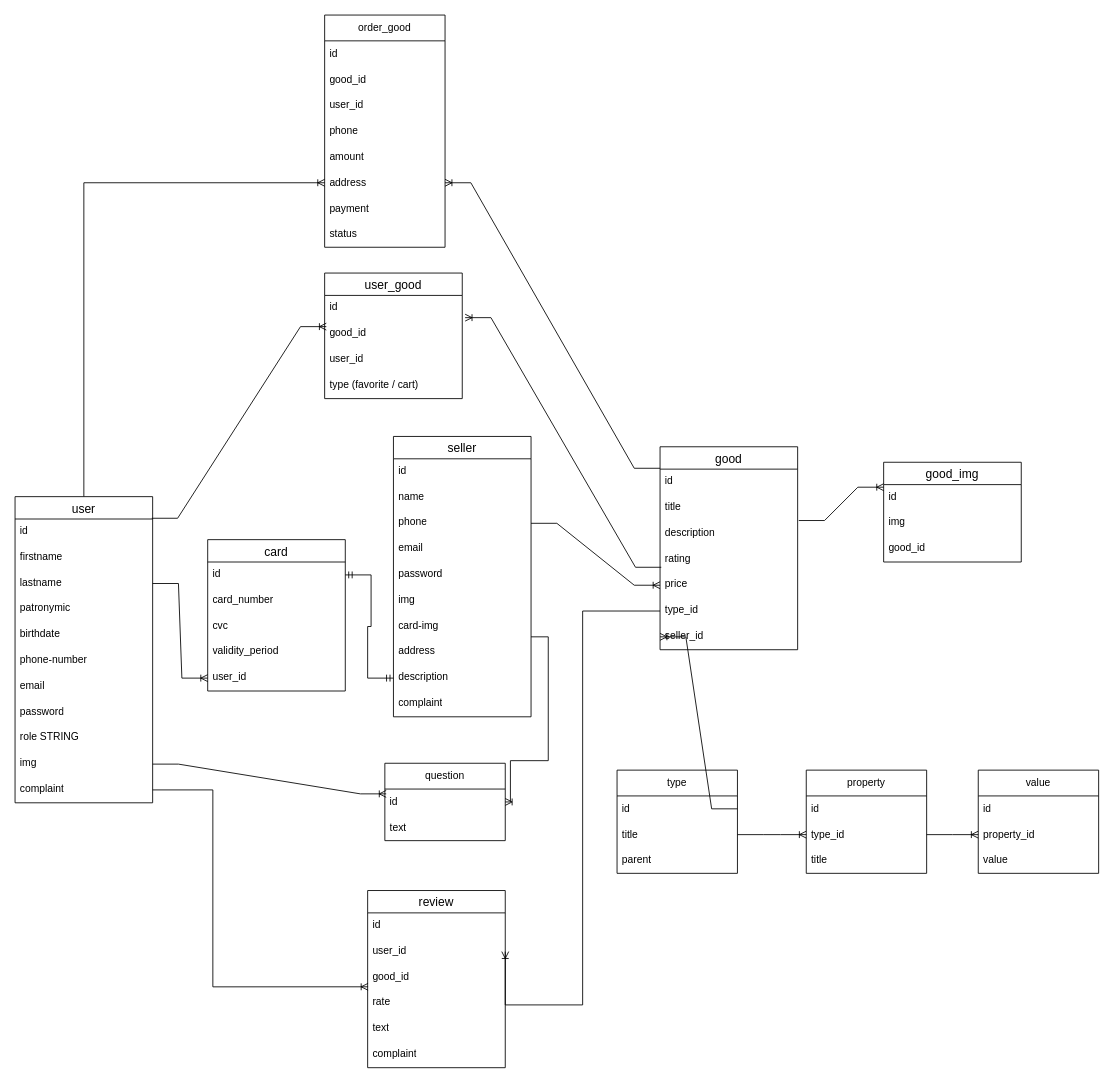
The draw.io diagram database-diagram.drawio in vese1chak/meggaprice-server, before the edit. Source tidied: cells renumbered, new cells numbered last; positions are measured from the earlier drawing's top-left corner, leaving out a move shared by most shapes. Both pictures are drawn from the tidied source at 86%, with x=0, y=0 at pixel (15, 15).
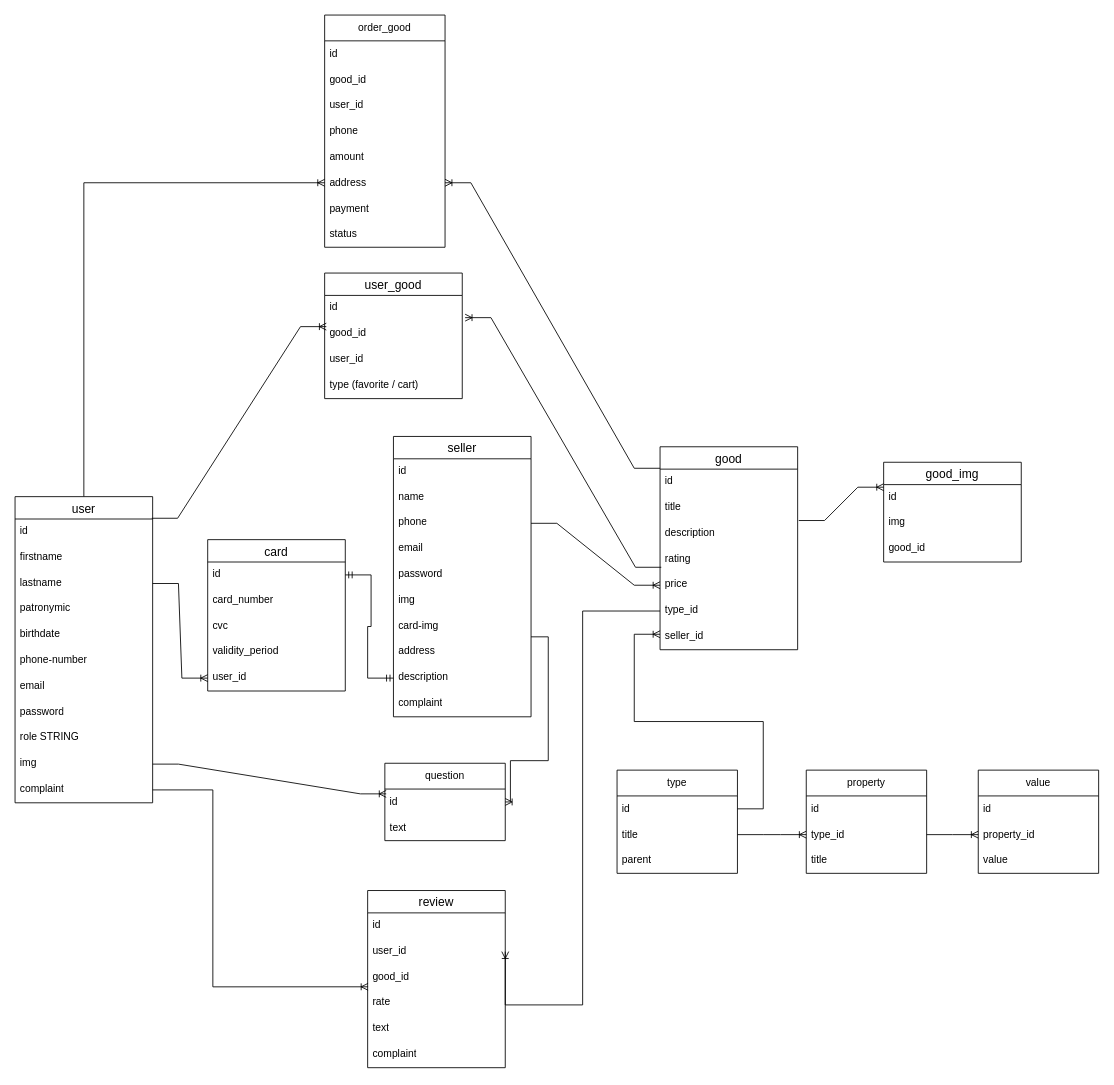
The same page after the edit.

The change refers to these unchanged cells:
```xml
<mxCell id="22" value="seller_id" style="text;strokeColor=none;fillColor=none;spacingLeft=4;spacingRight=4;overflow=hidden;points=[[0,0.5],[1,0.5]];portConstraint=eastwest;fontSize=12;whiteSpace=wrap;html=1;" parent="15" vertex="1">
  <mxGeometry y="206" width="160" height="30" as="geometry" />
</mxCell>
<mxCell id="35" value="id" style="text;strokeColor=none;fillColor=none;align=left;verticalAlign=middle;spacingLeft=4;spacingRight=4;overflow=hidden;points=[[0,0.5],[1,0.5]];portConstraint=eastwest;whiteSpace=wrap;html=1;" parent="34" vertex="1">
  <mxGeometry y="30" width="140" height="30" as="geometry" />
</mxCell>
```

What changed in the source:
```diff
@@
-    <mxCell id="48" style="edgeStyle=entityRelationEdgeStyle;fontSize=12;html=1;endArrow=ERoneToMany;rounded=0;entryX=0;entryY=0.5;entryDx=0;entryDy=0;exitX=1;exitY=0.5;exitDx=0;exitDy=0;" parent="1" edge="1" source="35" target="22">
-      <mxGeometry relative="1" as="geometry" />
+    <mxCell id="48" style="edgeStyle=entityRelationEdgeStyle;fontSize=12;html=1;endArrow=ERoneToMany;rounded=0;exitX=1;exitY=0.5;exitDx=0;exitDy=0;" parent="1" edge="1" source="35">
+      <mxGeometry relative="1" as="geometry">
+        <mxPoint x="750" y="720" as="targetPoint" />
+        <Array as="points">
+          <mxPoint x="750" y="730" />
+        </Array>
+      </mxGeometry>
     </mxCell>
```
